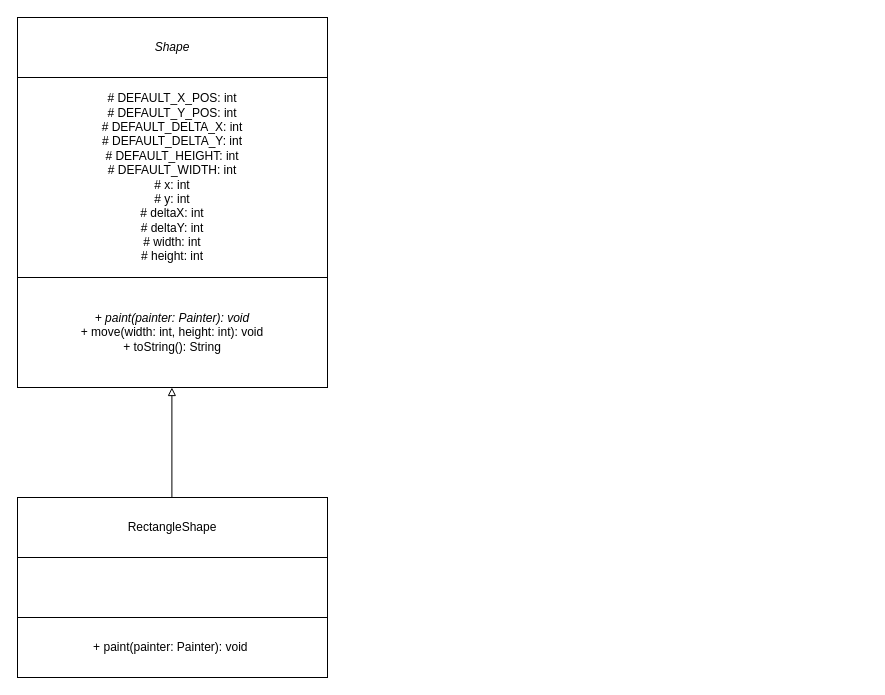
ben-porteous/CompSci718-Miscellaneous keeps this draw.io diagram as UML for Bounce Project.drawio. Above is the earlier version. Source tidied: cells renumbered, new cells numbered last; positions are measured from the earlier drawing's top-left corner, leaving out a move shared by most shapes. Both pictures are drawn from the tidied source at 100%, with x=0, y=0 at pixel (17, 17).
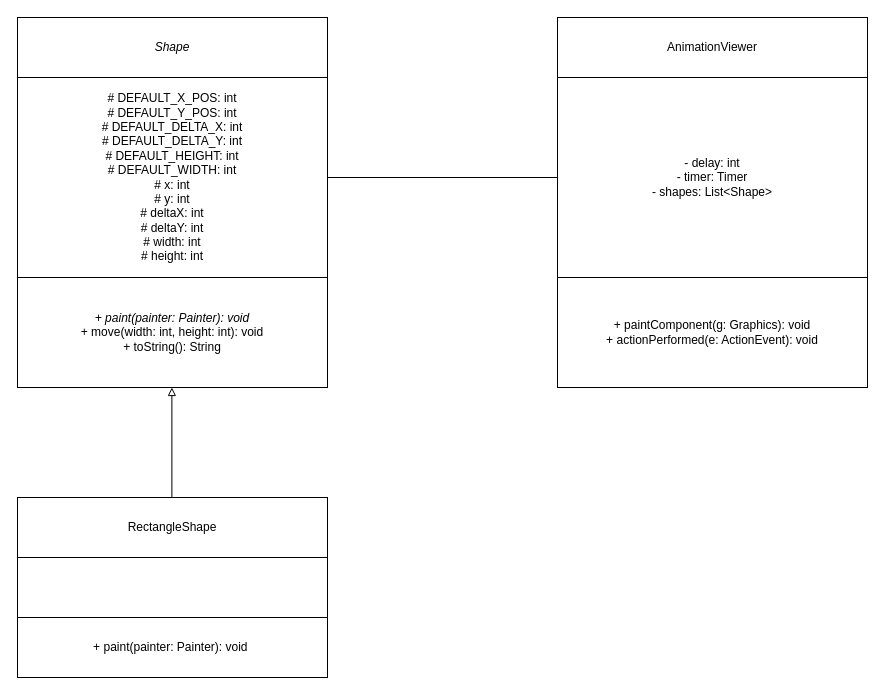
The same diagram, later.

Commit message:
Update UML for Bounce Project - add AnimationViewer.drawio

Diff of the diagram source:
```diff
@@
 <mxGraphModel>
   <root>
     <mxCell id="0" />
     <mxCell id="1" parent="0" />
     <mxCell id="2" value="&lt;i&gt;Shape&lt;/i&gt;" style="rounded=0;whiteSpace=wrap;html=1;" parent="1" vertex="1">
       <mxGeometry width="310" height="60" as="geometry" />
     </mxCell>
     <mxCell id="3" value="# DEFAULT_X_POS: int&lt;div&gt;# DEFAULT_Y_POS: int&lt;/div&gt;&lt;div&gt;# DEFAULT_DELTA_X: int&lt;div&gt;# DEFAULT_DELTA_Y: int&lt;/div&gt;&lt;/div&gt;&lt;div&gt;# DEFAULT_HEIGHT: int&lt;/div&gt;&lt;div&gt;# DEFAULT_WIDTH: int&lt;/div&gt;&lt;div&gt;# x: int&lt;/div&gt;&lt;div&gt;# y: int&lt;/div&gt;&lt;div&gt;# deltaX: int&lt;/div&gt;&lt;div&gt;# deltaY: int&lt;/div&gt;&lt;div&gt;# width: int&lt;/div&gt;&lt;div&gt;# height: int&lt;/div&gt;" style="rounded=0;whiteSpace=wrap;html=1;" parent="1" vertex="1">
       <mxGeometry y="60" width="310" height="200" as="geometry" />
     </mxCell>
     <mxCell id="4" value="&lt;div&gt;&lt;i&gt;+ paint(painter: Painter): void&lt;/i&gt;&lt;/div&gt;+ move(width: int, height: int): void&lt;div&gt;+ toString(): String&lt;/div&gt;" style="rounded=0;whiteSpace=wrap;html=1;" parent="1" vertex="1">
       <mxGeometry y="260" width="310" height="110" as="geometry" />
     </mxCell>
     <mxCell id="5" style="endArrow=block;html=1;rounded=0;endFill=0;" parent="1" edge="1">
       <mxGeometry relative="1" as="geometry">
         <mxPoint x="154.4" y="480" as="sourcePoint" />
         <mxPoint x="154.4" y="370" as="targetPoint" />
       </mxGeometry>
     </mxCell>
     <mxCell id="6" value="RectangleShape" style="rounded=0;whiteSpace=wrap;html=1;" parent="1" vertex="1">
       <mxGeometry y="480" width="310" height="60" as="geometry" />
     </mxCell>
     <mxCell id="7" style="rounded=0;whiteSpace=wrap;html=1;" parent="1" vertex="1">
       <mxGeometry y="540" width="310" height="60" as="geometry" />
     </mxCell>
     <mxCell id="8" value="+ paint(painter: Painter): void&amp;nbsp;" style="rounded=0;whiteSpace=wrap;html=1;" parent="1" vertex="1">
       <mxGeometry y="600" width="310" height="60" as="geometry" />
     </mxCell>
+    <mxCell id="9" style="endArrow=none;html=1;rounded=0;" parent="1" edge="1">
+      <mxGeometry relative="1" as="geometry">
+        <mxPoint x="310" y="160" as="sourcePoint" />
+        <mxPoint x="540" y="160" as="targetPoint" />
+      </mxGeometry>
+    </mxCell>
+    <mxCell id="10" value="AnimationViewer" style="rounded=0;whiteSpace=wrap;html=1;" parent="1" vertex="1">
+      <mxGeometry x="540" width="310" height="60" as="geometry" />
+    </mxCell>
+    <mxCell id="11" value="- delay: int&lt;div&gt;- timer: Timer&lt;br&gt;&lt;div&gt;- shapes: List&amp;lt;Shape&amp;gt;&lt;/div&gt;&lt;/div&gt;" style="rounded=0;whiteSpace=wrap;html=1;" parent="1" vertex="1">
+      <mxGeometry x="540" y="60" width="310" height="200" as="geometry" />
+    </mxCell>
+    <mxCell id="12" value="+ paintComponent(g: Graphics): void&lt;div&gt;+ actionPerformed(e: ActionEvent): void&lt;/div&gt;" style="rounded=0;whiteSpace=wrap;html=1;" parent="1" vertex="1">
+      <mxGeometry x="540" y="260" width="310" height="110" as="geometry" />
+    </mxCell>
   </root>
 </mxGraphModel>
```
